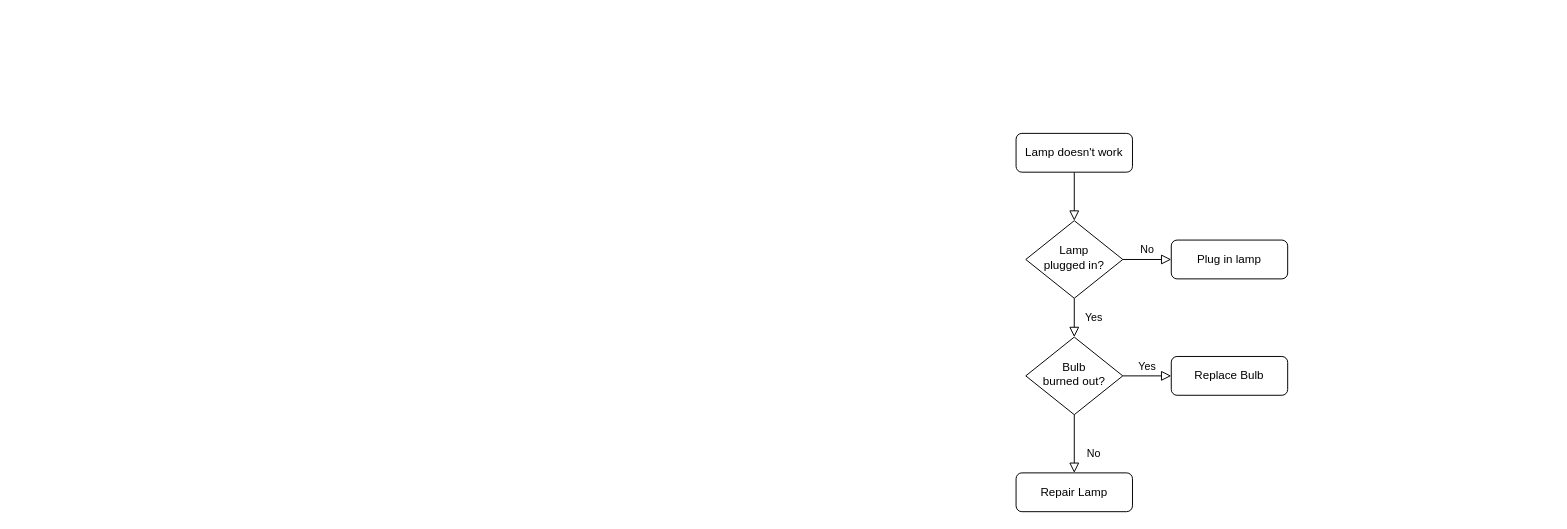
Earlier version of the draw.io diagram flujo.drawio (JoseIBCgh/prefall-capturing-tool-cdti). Source tidied: cells renumbered, new cells numbered last; positions are measured from the earlier drawing's top-left corner, leaving out a move shared by most shapes. Both pictures are drawn from the tidied source at 97%, with x=0, y=0 at pixel (1016, 133).
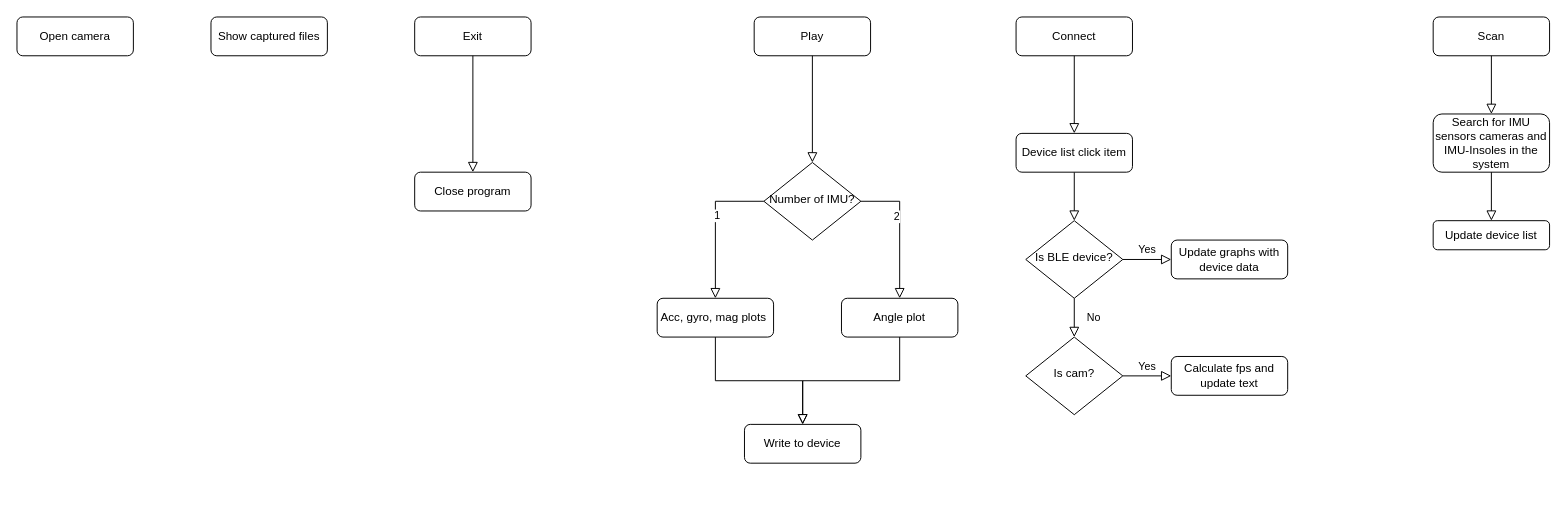
Above is the later version.

The edit, as a diff of the source:
```diff
@@
-    <mxCell id="3" value="Lamp doesn't work" style="rounded=1;whiteSpace=wrap;html=1;fontSize=12;glass=0;strokeWidth=1;shadow=0;" parent="1" vertex="1">
+    <mxCell id="3" value="Device list click item" style="rounded=1;whiteSpace=wrap;html=1;fontSize=12;glass=0;strokeWidth=1;shadow=0;" parent="1" vertex="1">
       <mxGeometry width="120" height="40" as="geometry" />
     </mxCell>
-    <mxCell id="4" value="Yes" style="rounded=0;html=1;jettySize=auto;fontSize=11;endArrow=block;endFill=0;endSize=8;strokeWidth=1;shadow=0;labelBackgroundColor=none;edgeStyle=orthogonalEdgeStyle;" parent="1" edge="1" source="6" target="10">
+    <mxCell id="4" value="No" style="rounded=0;html=1;jettySize=auto;fontSize=11;endArrow=block;endFill=0;endSize=8;strokeWidth=1;shadow=0;labelBackgroundColor=none;edgeStyle=orthogonalEdgeStyle;" parent="1" edge="1" source="6" target="10">
       <mxGeometry y="20" relative="1" as="geometry" />
     </mxCell>
-    <mxCell id="5" value="No" style="edgeStyle=orthogonalEdgeStyle;rounded=0;html=1;jettySize=auto;fontSize=11;endArrow=block;endFill=0;endSize=8;strokeWidth=1;shadow=0;labelBackgroundColor=none;" parent="1" edge="1" source="6" target="7">
+    <mxCell id="5" value="Yes" style="edgeStyle=orthogonalEdgeStyle;rounded=0;html=1;jettySize=auto;fontSize=11;endArrow=block;endFill=0;endSize=8;strokeWidth=1;shadow=0;labelBackgroundColor=none;" parent="1" edge="1" source="6" target="7">
       <mxGeometry y="10" relative="1" as="geometry" />
     </mxCell>
-    <mxCell id="6" value="Lamp&lt;br&gt;plugged in?" style="rhombus;whiteSpace=wrap;html=1;shadow=0;fontFamily=Helvetica;fontSize=12;align=center;strokeWidth=1;spacing=6;spacingTop=-4;" parent="1" vertex="1">
+    <mxCell id="6" value="Is BLE device?" style="rhombus;whiteSpace=wrap;html=1;shadow=0;fontFamily=Helvetica;fontSize=12;align=center;strokeWidth=1;spacing=6;spacingTop=-4;" parent="1" vertex="1">
       <mxGeometry x="10" y="90" width="100" height="80" as="geometry" />
     </mxCell>
-    <mxCell id="7" value="Plug in lamp" style="rounded=1;whiteSpace=wrap;html=1;fontSize=12;glass=0;strokeWidth=1;shadow=0;" parent="1" vertex="1">
+    <mxCell id="7" value="Update graphs with device data" style="rounded=1;whiteSpace=wrap;html=1;fontSize=12;glass=0;strokeWidth=1;shadow=0;" parent="1" vertex="1">
       <mxGeometry x="160" y="110" width="120" height="40" as="geometry" />
     </mxCell>
-    <mxCell id="8" value="No" style="rounded=0;html=1;jettySize=auto;fontSize=11;endArrow=block;endFill=0;endSize=8;strokeWidth=1;shadow=0;labelBackgroundColor=none;edgeStyle=orthogonalEdgeStyle;" parent="1" edge="1" source="10" target="11">
-      <mxGeometry x="0.33" y="20" relative="1" as="geometry" />
-    </mxCell>
@@
-    <mxCell id="10" value="Bulb&lt;br&gt;burned out?" style="rhombus;whiteSpace=wrap;html=1;shadow=0;fontFamily=Helvetica;fontSize=12;align=center;strokeWidth=1;spacing=6;spacingTop=-4;" parent="1" vertex="1">
+    <mxCell id="10" value="Is cam?" style="rhombus;whiteSpace=wrap;html=1;shadow=0;fontFamily=Helvetica;fontSize=12;align=center;strokeWidth=1;spacing=6;spacingTop=-4;" parent="1" vertex="1">
       <mxGeometry x="10" y="210" width="100" height="80" as="geometry" />
     </mxCell>
-    <mxCell id="11" value="Repair Lamp" style="rounded=1;whiteSpace=wrap;html=1;fontSize=12;glass=0;strokeWidth=1;shadow=0;" parent="1" vertex="1">
-      <mxGeometry y="350" width="120" height="40" as="geometry" />
-    </mxCell>
-    <mxCell id="12" value="Replace Bulb" style="rounded=1;whiteSpace=wrap;html=1;fontSize=12;glass=0;strokeWidth=1;shadow=0;" parent="1" vertex="1">
+    <mxCell id="12" value="Calculate fps and update text" style="rounded=1;whiteSpace=wrap;html=1;fontSize=12;glass=0;strokeWidth=1;shadow=0;" parent="1" vertex="1">
       <mxGeometry x="160" y="230" width="120" height="40" as="geometry" />
     </mxCell>
+    <mxCell id="13" value="Connect" style="rounded=1;whiteSpace=wrap;html=1;fontSize=12;glass=0;strokeWidth=1;shadow=0;" parent="1" vertex="1">
+      <mxGeometry y="-120" width="120" height="40" as="geometry" />
+    </mxCell>
+    <mxCell id="14" style="rounded=0;html=1;jettySize=auto;fontSize=11;endArrow=block;endFill=0;endSize=8;strokeWidth=1;shadow=0;labelBackgroundColor=none;edgeStyle=orthogonalEdgeStyle;" parent="1" edge="1" source="13" target="3">
+      <mxGeometry relative="1" as="geometry" />
+    </mxCell>
+    <mxCell id="15" value="Scan" style="rounded=1;whiteSpace=wrap;html=1;fontSize=12;glass=0;strokeWidth=1;shadow=0;" parent="1" vertex="1">
+      <mxGeometry x="430" y="-120" width="120" height="40" as="geometry" />
+    </mxCell>
+    <mxCell id="16" value="Search for IMU sensors cameras and IMU-Insoles in the system" style="rounded=1;whiteSpace=wrap;html=1;fontSize=12;glass=0;strokeWidth=1;shadow=0;" parent="1" vertex="1">
+      <mxGeometry x="430" y="-20" width="120" height="60" as="geometry" />
+    </mxCell>
+    <mxCell id="17" value="Update device list" style="rounded=1;whiteSpace=wrap;html=1;fontSize=12;glass=0;strokeWidth=1;shadow=0;" parent="1" vertex="1">
+      <mxGeometry x="430" y="90" width="120" height="30" as="geometry" />
+    </mxCell>
+    <mxCell id="18" style="rounded=0;html=1;jettySize=auto;fontSize=11;endArrow=block;endFill=0;endSize=8;strokeWidth=1;shadow=0;labelBackgroundColor=none;edgeStyle=orthogonalEdgeStyle;" parent="1" edge="1" source="15" target="16">
+      <mxGeometry relative="1" as="geometry" />
+    </mxCell>
+    <mxCell id="19" style="rounded=0;html=1;jettySize=auto;fontSize=11;endArrow=block;endFill=0;endSize=8;strokeWidth=1;shadow=0;labelBackgroundColor=none;edgeStyle=orthogonalEdgeStyle;" parent="1" edge="1" source="16" target="17">
+      <mxGeometry relative="1" as="geometry" />
+    </mxCell>
+    <mxCell id="20" value="Play" style="rounded=1;whiteSpace=wrap;html=1;fontSize=12;glass=0;strokeWidth=1;shadow=0;" parent="1" vertex="1">
+      <mxGeometry x="-270" y="-120" width="120" height="40" as="geometry" />
+    </mxCell>
+    <mxCell id="21" style="rounded=0;html=1;jettySize=auto;fontSize=11;endArrow=block;endFill=0;endSize=8;strokeWidth=1;shadow=0;labelBackgroundColor=none;edgeStyle=orthogonalEdgeStyle;" parent="1" edge="1" source="20" target="22">
+      <mxGeometry relative="1" as="geometry" />
+    </mxCell>
+    <mxCell id="22" value="Number of IMU?" style="rhombus;whiteSpace=wrap;html=1;shadow=0;fontFamily=Helvetica;fontSize=12;align=center;strokeWidth=1;spacing=6;spacingTop=-4;" parent="1" vertex="1">
+      <mxGeometry x="-260" y="30" width="100" height="80" as="geometry" />
+    </mxCell>
+    <mxCell id="23" value="Acc, gyro, mag plots&amp;nbsp;" style="rounded=1;whiteSpace=wrap;html=1;fontSize=12;glass=0;strokeWidth=1;shadow=0;" parent="1" vertex="1">
+      <mxGeometry x="-370" y="170" width="120" height="40" as="geometry" />
+    </mxCell>
+    <mxCell id="24" value="Angle plot" style="rounded=1;whiteSpace=wrap;html=1;fontSize=12;glass=0;strokeWidth=1;shadow=0;" parent="1" vertex="1">
+      <mxGeometry x="-180" y="170" width="120" height="40" as="geometry" />
+    </mxCell>
+    <mxCell id="25" style="rounded=0;html=1;jettySize=auto;fontSize=11;endArrow=block;endFill=0;endSize=8;strokeWidth=1;shadow=0;labelBackgroundColor=none;edgeStyle=orthogonalEdgeStyle;exitX=0;exitY=0.5;exitDx=0;exitDy=0;" parent="1" edge="1" source="22" target="23">
+      <mxGeometry relative="1" as="geometry" />
+    </mxCell>
+    <mxCell id="26" value="1" style="edgeLabel;html=1;align=center;verticalAlign=middle;" parent="25" vertex="1">
+      <mxGeometry x="-0.15" y="1" relative="1" as="geometry" />
+    </mxCell>
+    <mxCell id="27" style="rounded=0;html=1;jettySize=auto;fontSize=11;endArrow=block;endFill=0;endSize=8;strokeWidth=1;shadow=0;labelBackgroundColor=none;edgeStyle=orthogonalEdgeStyle;exitX=1;exitY=0.5;exitDx=0;exitDy=0;" parent="1" edge="1" source="22" target="24">
+      <mxGeometry relative="1" as="geometry" />
+    </mxCell>
+    <mxCell id="28" value="2" style="edgeLabel;html=1;align=center;verticalAlign=middle;" parent="27" vertex="1">
+      <mxGeometry x="-0.21" y="-4" relative="1" as="geometry" />
+    </mxCell>
+    <mxCell id="29" value="Write to device" style="rounded=1;whiteSpace=wrap;html=1;fontSize=12;glass=0;strokeWidth=1;shadow=0;" parent="1" vertex="1">
+      <mxGeometry x="-280" y="300" width="120" height="40" as="geometry" />
+    </mxCell>
+    <mxCell id="30" style="rounded=0;html=1;jettySize=auto;fontSize=11;endArrow=block;endFill=0;endSize=8;strokeWidth=1;shadow=0;labelBackgroundColor=none;edgeStyle=orthogonalEdgeStyle;" parent="1" edge="1" source="23" target="29">
+      <mxGeometry relative="1" as="geometry" />
+    </mxCell>
+    <mxCell id="31" style="rounded=0;html=1;jettySize=auto;fontSize=11;endArrow=block;endFill=0;endSize=8;strokeWidth=1;shadow=0;labelBackgroundColor=none;edgeStyle=orthogonalEdgeStyle;" parent="1" edge="1" source="24" target="29">
+      <mxGeometry relative="1" as="geometry" />
+    </mxCell>
+    <mxCell id="32" value="Exit" style="rounded=1;whiteSpace=wrap;html=1;fontSize=12;glass=0;strokeWidth=1;shadow=0;" parent="1" vertex="1">
+      <mxGeometry x="-620" y="-120" width="120" height="40" as="geometry" />
+    </mxCell>
+    <mxCell id="33" value="Close program" style="rounded=1;whiteSpace=wrap;html=1;fontSize=12;glass=0;strokeWidth=1;shadow=0;" parent="1" vertex="1">
+      <mxGeometry x="-620" y="40" width="120" height="40" as="geometry" />
+    </mxCell>
+    <mxCell id="34" style="rounded=0;html=1;jettySize=auto;fontSize=11;endArrow=block;endFill=0;endSize=8;strokeWidth=1;shadow=0;labelBackgroundColor=none;edgeStyle=orthogonalEdgeStyle;" parent="1" edge="1" source="32" target="33">
+      <mxGeometry relative="1" as="geometry" />
+    </mxCell>
+    <mxCell id="35" value="Show captured files" style="rounded=1;whiteSpace=wrap;html=1;fontSize=12;glass=0;strokeWidth=1;shadow=0;" parent="1" vertex="1">
+      <mxGeometry x="-830" y="-120" width="120" height="40" as="geometry" />
+    </mxCell>
+    <mxCell id="36" value="Open camera" style="rounded=1;whiteSpace=wrap;html=1;fontSize=12;glass=0;strokeWidth=1;shadow=0;" parent="1" vertex="1">
+      <mxGeometry x="-1030" y="-120" width="120" height="40" as="geometry" />
+    </mxCell>
```
